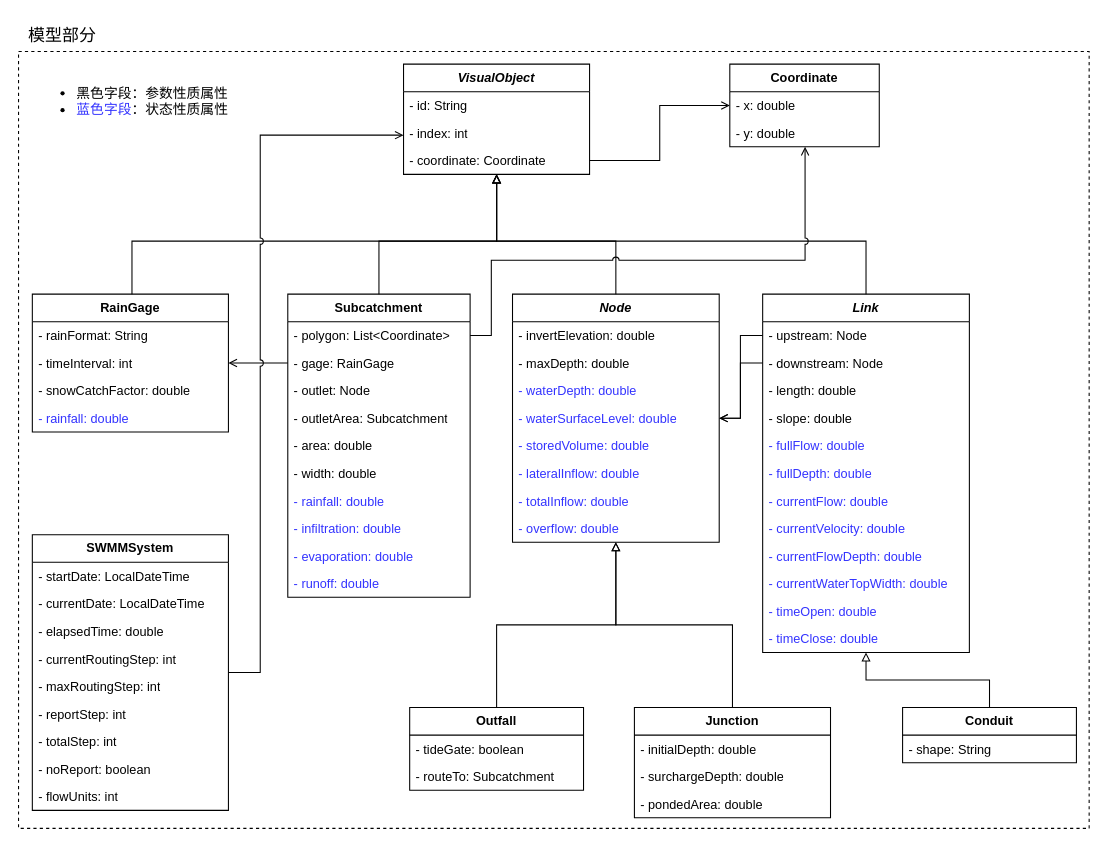
Above: page "SWMM模型" (2 of 6) of docs/diagram/模型图.dio in hubu-mdzhang/swmm-sensorthings (draw.io), before the change. Source tidied: cells renumbered, new cells numbered last; positions are measured from the earlier drawing's top-left corner, leaving out a move shared by most shapes. Both pictures are drawn from the tidied source at 106%, with x=0, y=0 at pixel (18, 18).
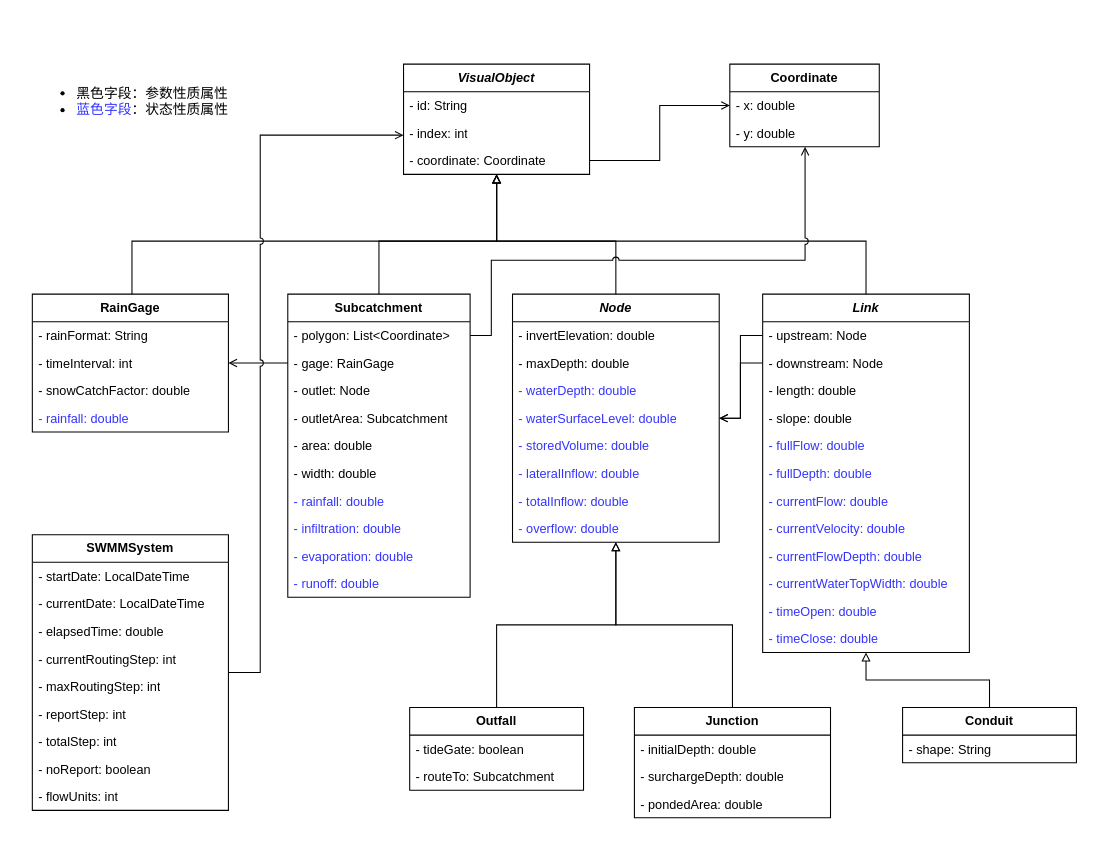
After the change.

The edit, as a diff of the source:
```diff
@@
-    <mxCell id="2" style="rounded=0;whiteSpace=wrap;html=1;fontFamily=Helvetica;fontSize=11;fontColor=default;labelBackgroundColor=none;dashed=1;fillColor=none;" parent="1" vertex="1">
-      <mxGeometry y="31" width="1010" height="733" as="geometry" />
-    </mxCell>
@@
-    <mxCell id="81" value="模型部分" style="text;html=1;align=center;verticalAlign=middle;strokeColor=none;fillColor=none;fontFamily=Helvetica;fontSize=16;fontColor=default;labelBackgroundColor=default;" parent="1" vertex="1">
-      <mxGeometry width="82" height="31" as="geometry" />
-    </mxCell>
```
